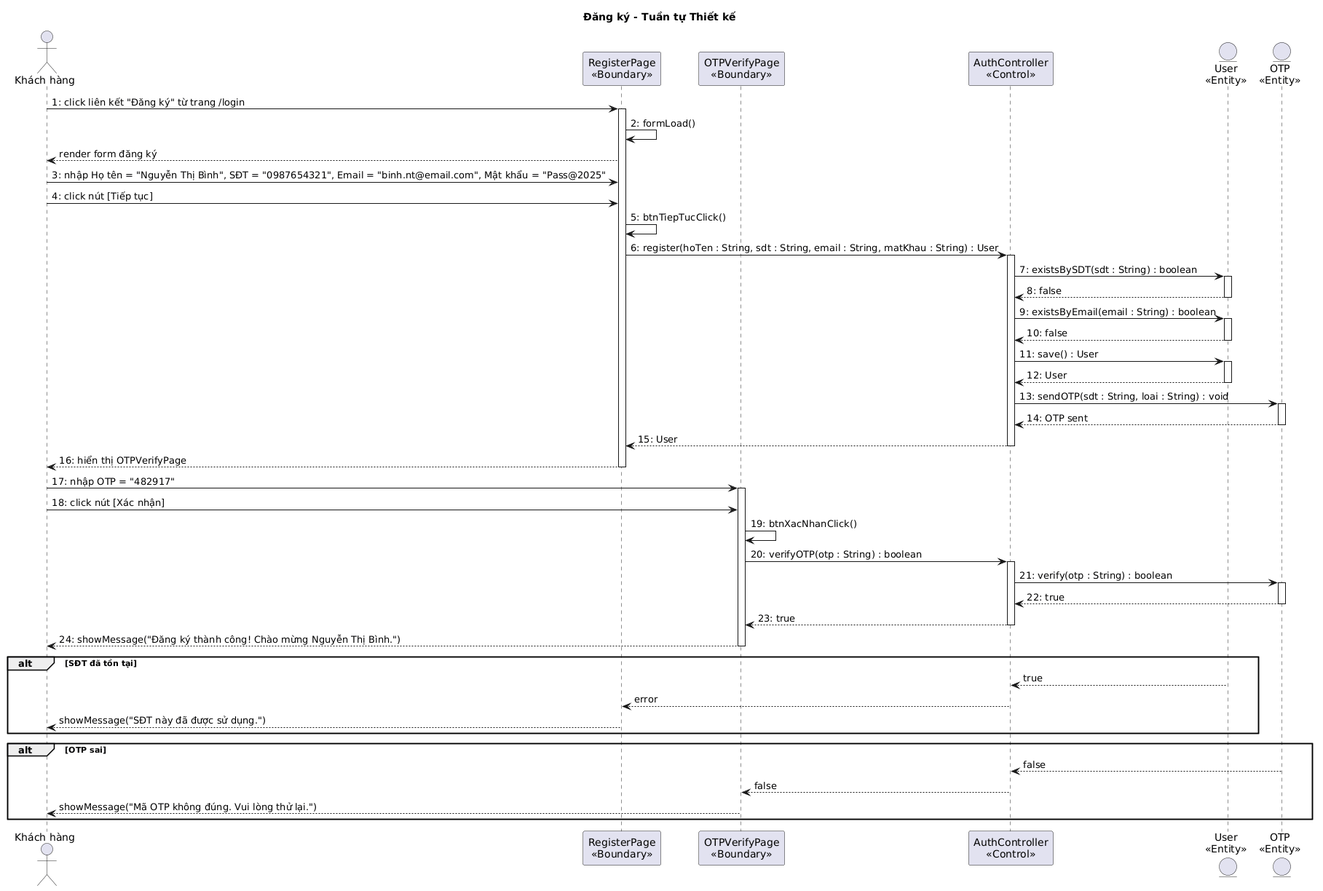
thanhtrnnn/cnpm keeps this PlantUML diagram as output/diagrams/account_seq_register_design.png. Above is the earlier version.
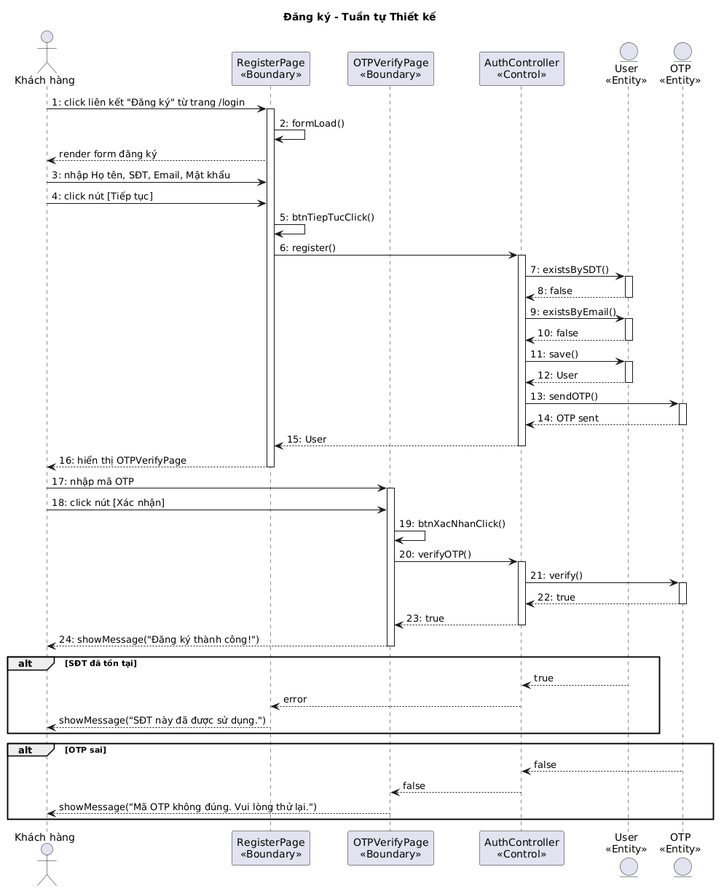
The same file after the commit.

The edit, as a diff of the source:
```diff
@@ -12,24 +12,24 @@
 activate B1
 B1 -> B1 : 2: formLoad()
 B1 --> KH : render form đăng ký
-KH -> B1 : 3: nhập Họ tên = "Nguyễn Thị Bình", SĐT = "0987654321", Email = "binh.nt@email.com", Mật khẩu = "Pass@2025"
+KH -> B1 : 3: nhập Họ tên, SĐT, Email, Mật khẩu
 KH -> B1 : 4: click nút [Tiếp tục]
 B1 -> B1 : 5: btnTiepTucClick()
-B1 -> C1 : 6: register(hoTen : String, sdt : String, email : String, matKhau : String) : User
+B1 -> C1 : 6: register()
 activate C1
-C1 -> E1 : 7: existsBySDT(sdt : String) : boolean
+C1 -> E1 : 7: existsBySDT()
 activate E1
 E1 --> C1 : 8: false
 deactivate E1
-C1 -> E1 : 9: existsByEmail(email : String) : boolean
+C1 -> E1 : 9: existsByEmail()
 activate E1
 E1 --> C1 : 10: false
 deactivate E1
-C1 -> E1 : 11: save() : User
+C1 -> E1 : 11: save()
 activate E1
 E1 --> C1 : 12: User
 deactivate E1
-C1 -> E2 : 13: sendOTP(sdt : String, loai : String) : void
+C1 -> E2 : 13: sendOTP()
 activate E2
 E2 --> C1 : 14: OTP sent
 deactivate E2
@@ -38,19 +38,19 @@
 B1 --> KH : 16: hiển thị OTPVerifyPage
 deactivate B1
 
-KH -> B2 : 17: nhập OTP = "482917"
+KH -> B2 : 17: nhập mã OTP
 activate B2
 KH -> B2 : 18: click nút [Xác nhận]
 B2 -> B2 : 19: btnXacNhanClick()
-B2 -> C1 : 20: verifyOTP(otp : String) : boolean
+B2 -> C1 : 20: verifyOTP()
 activate C1
-C1 -> E2 : 21: verify(otp : String) : boolean
+C1 -> E2 : 21: verify()
 activate E2
 E2 --> C1 : 22: true
 deactivate E2
 C1 --> B2 : 23: true
 deactivate C1
-B2 --> KH : 24: showMessage("Đăng ký thành công! Chào mừng Nguyễn Thị Bình.")
+B2 --> KH : 24: showMessage("Đăng ký thành công!")
 deactivate B2
 
 alt SĐT đã tồn tại
```
